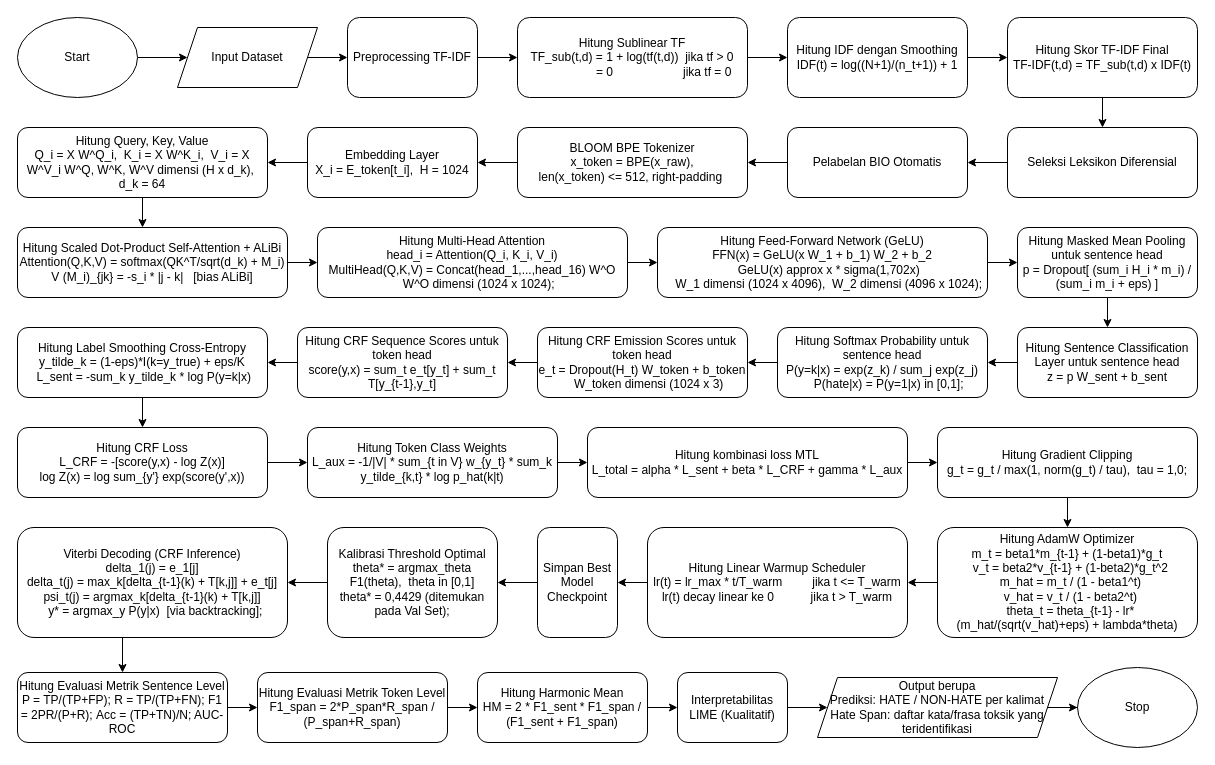
Earlier version of the draw.io diagram page "Simplify" (5 of 5) of thesis.drawio (Jacksonciek/thesis-diagram). Source tidied: cells renumbered, new cells numbered last; positions are measured from the earlier drawing's top-left corner, leaving out a move shared by most shapes. Both pictures are drawn from the tidied source at 100%, with x=0, y=0 at pixel (17, 17).
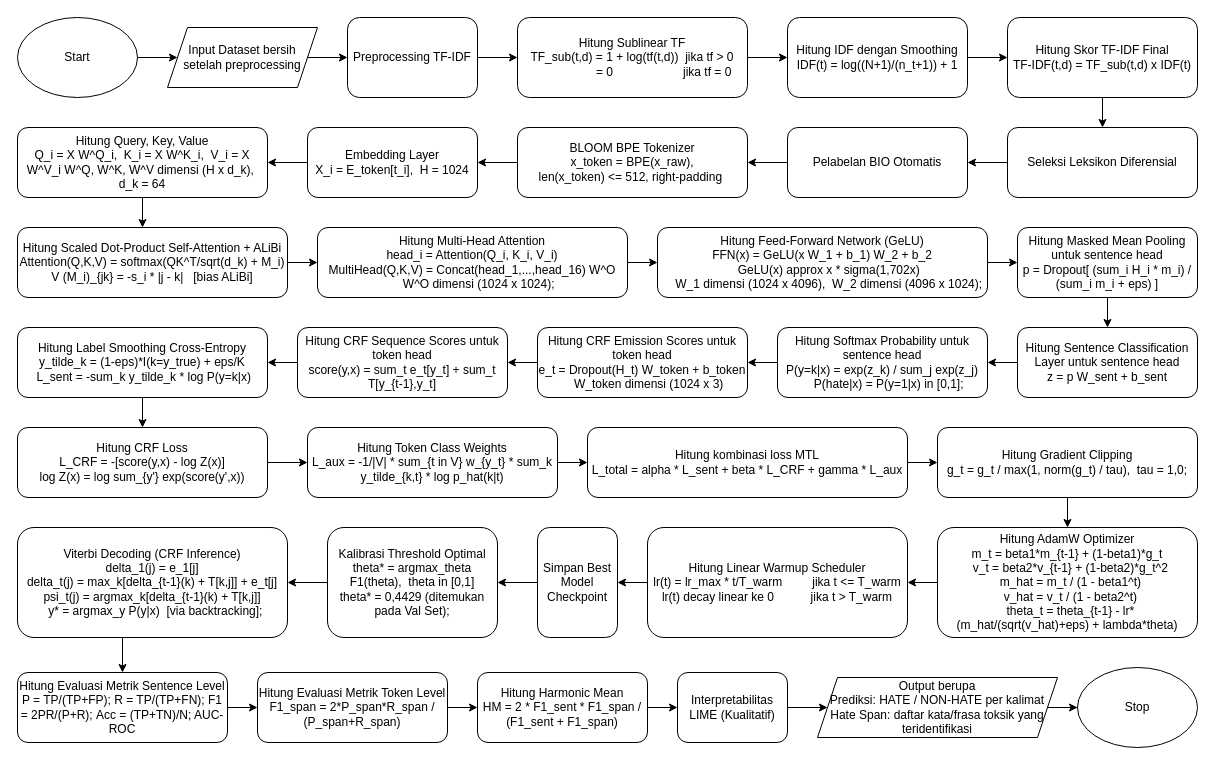
After the change.

The edit, as a diff of the source:
```diff
@@
-    <mxCell id="5" value="Input Dataset" style="shape=parallelogram;perimeter=parallelogramPerimeter;whiteSpace=wrap;html=1;fixedSize=1;" parent="1" vertex="1">
-      <mxGeometry x="160" y="10" width="140" height="60" as="geometry" />
+    <mxCell id="5" value="Input Dataset bersih&lt;div&gt;setelah&amp;nbsp;&lt;span style=&quot;background-color: transparent; color: light-dark(rgb(0, 0, 0), rgb(255, 255, 255));&quot;&gt;preprocessing&lt;/span&gt;&lt;/div&gt;" style="shape=parallelogram;perimeter=parallelogramPerimeter;whiteSpace=wrap;html=1;fixedSize=1;" parent="1" vertex="1">
+      <mxGeometry x="150" y="10" width="150" height="60" as="geometry" />
     </mxCell>
```
